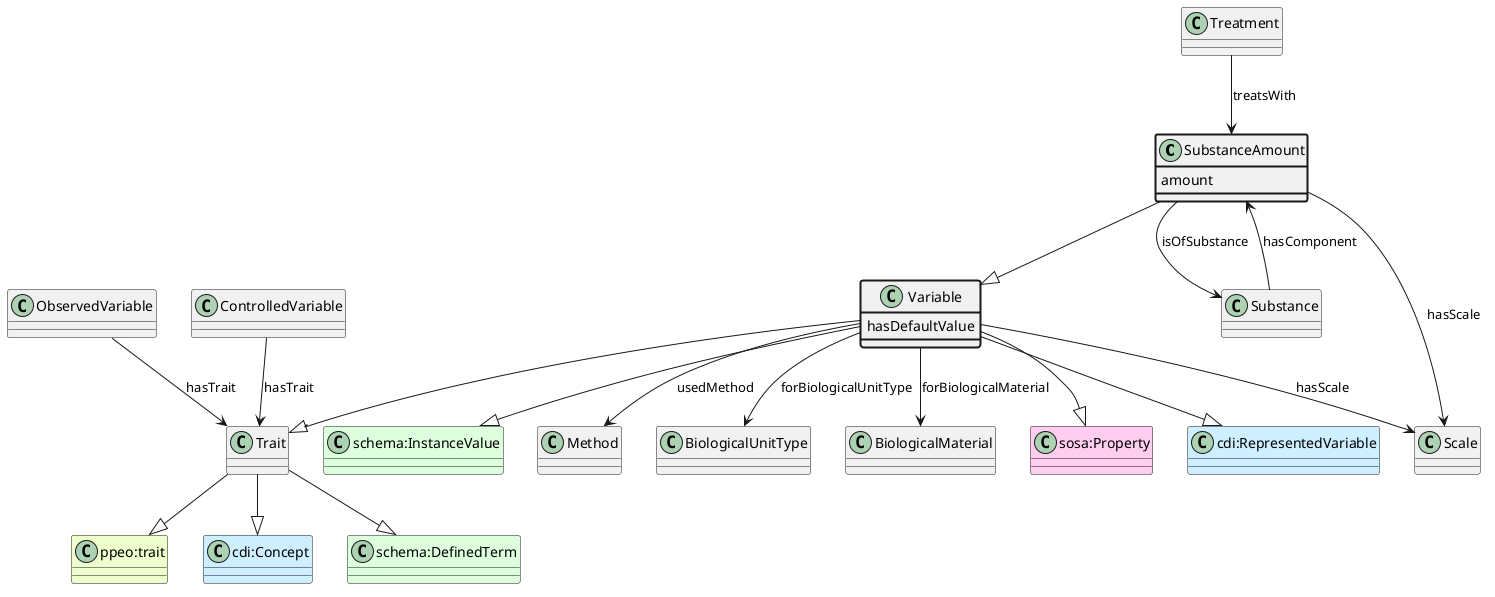
aus-plant-phenomics-network/appn-schema keeps this PlantUML diagram as ttl_uml/ttl_appn_SubstanceAmount.png. Above is the earlier version. Source of this version:
```plantuml
@startuml
class SubstanceAmount  #line.bold
class Variable
class Trait
class "ppeo:trait" #EEFFCC
Trait --|> "ppeo:trait"
class "cdi:Concept" #CCEEFF
Trait --|> "cdi:Concept"
class "schema:DefinedTerm" #DDFFDD
Trait --|> "schema:DefinedTerm"
Variable --|> Trait
class "sosa:Property" #FFCCEE
Variable --|> "sosa:Property"
class "cdi:RepresentedVariable" #CCEEFF
Variable --|> "cdi:RepresentedVariable"
class "schema:InstanceValue" #DDFFDD
Variable --|> "schema:InstanceValue"
SubstanceAmount --|> Variable
class Treatment
Treatment --> SubstanceAmount : treatsWith
class Substance
Substance --> SubstanceAmount : hasComponent
class Substance
SubstanceAmount --> Substance : isOfSubstance
class SubstanceAmount #line.bold {
    amount
}
class Scale
SubstanceAmount --> Scale : hasScale
class Variable #line.bold {
    hasDefaultValue
}
class Method
Variable --> Method : usedMethod
class BiologicalUnitType
Variable --> BiologicalUnitType : forBiologicalUnitType
class BiologicalMaterial
Variable --> BiologicalMaterial : forBiologicalMaterial
class Scale
Variable --> Scale : hasScale
class ObservedVariable
ObservedVariable --> Trait : hasTrait
class ControlledVariable
ControlledVariable --> Trait : hasTrait
@enduml
```
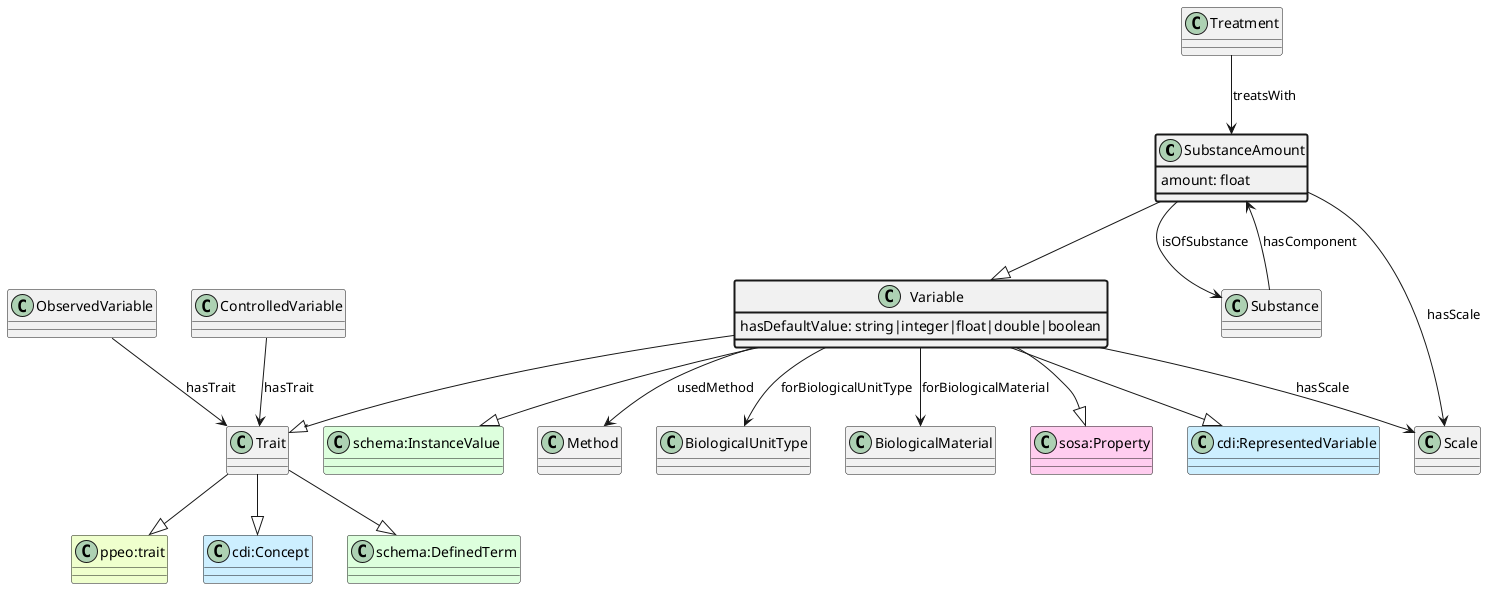
The same diagram one commit later.

Change to the diagram source:
```diff
@@ -23,12 +23,12 @@
 class Substance
 SubstanceAmount --> Substance : isOfSubstance
 class SubstanceAmount #line.bold {
-    amount
+    amount: float
 }
 class Scale
 SubstanceAmount --> Scale : hasScale
 class Variable #line.bold {
-    hasDefaultValue
+    hasDefaultValue: string|integer|float|double|boolean
 }
 class Method
 Variable --> Method : usedMethod
```
